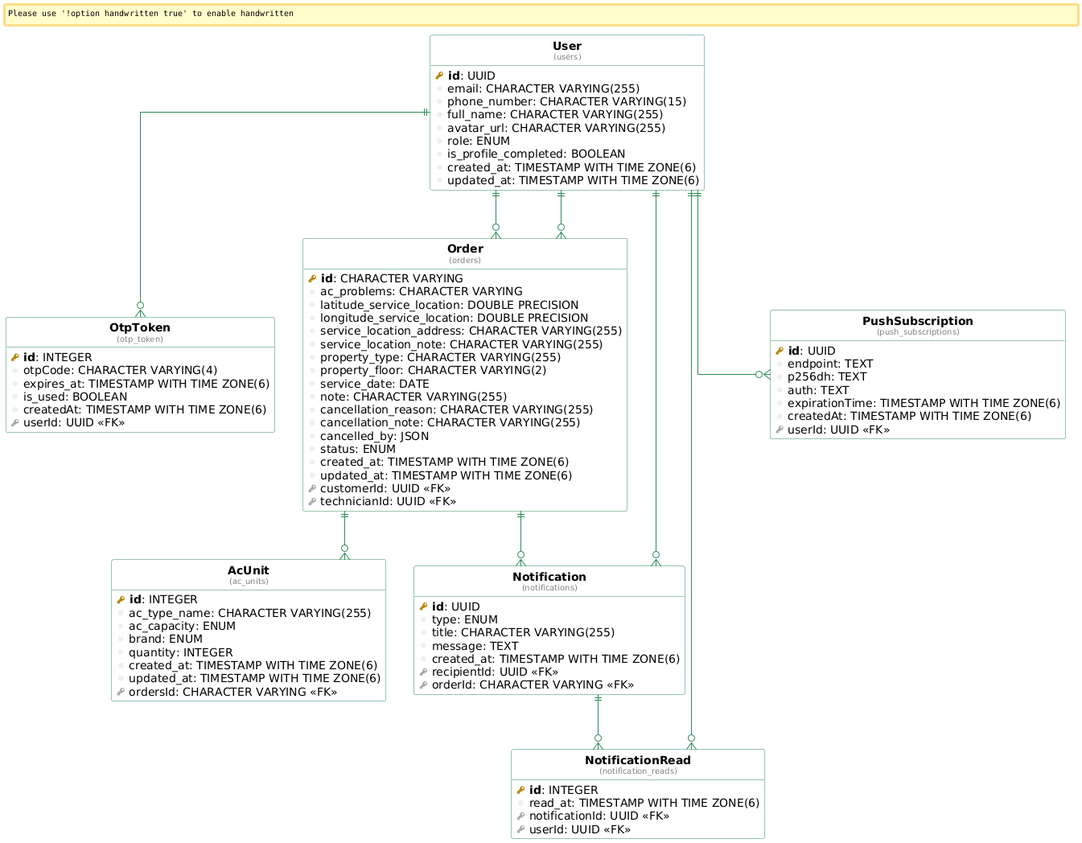
Above: api/diagram.png in FarhanDH/cdingin (PlantUML), before the change.
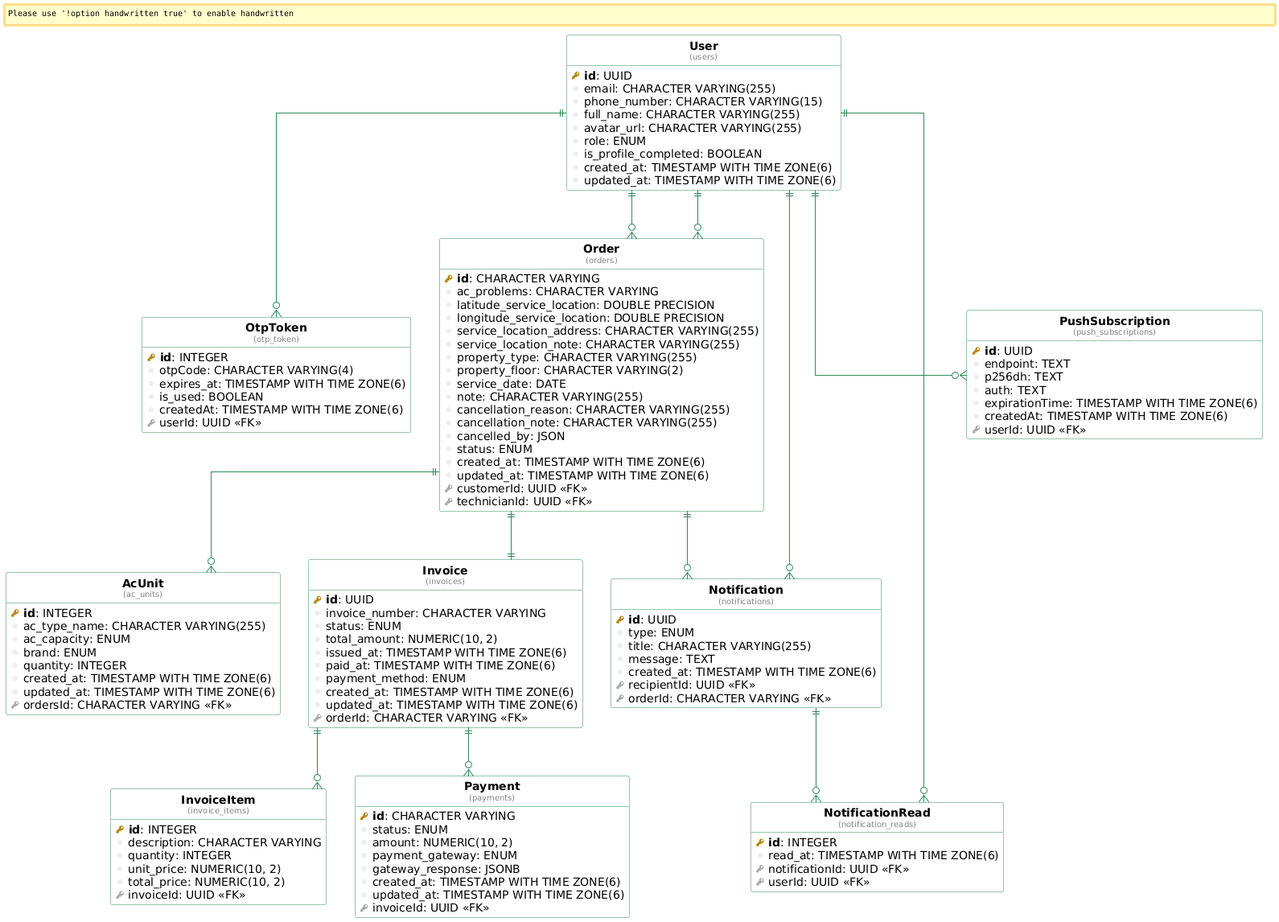
Above is the later version.

The edit, as a diff of the source:
```diff
@@ -41,6 +41,39 @@
   column( created_at ): TIMESTAMP WITH TIME ZONE(6)
   column( updated_at ): TIMESTAMP WITH TIME ZONE(6)
   fkey( ordersId ): CHARACTER VARYING <<FK>>
+}
+
+table( InvoiceItem, invoice_items ) as invoice_items {
+  pkey( id ): INTEGER
+  column( description ): CHARACTER VARYING
+  column( quantity ): INTEGER
+  column( unit_price ): NUMERIC(10, 2)
+  column( total_price ): NUMERIC(10, 2)
+  fkey( invoiceId ): UUID <<FK>>
+}
+
+table( Payment, payments ) as payments {
+  pkey( id ): CHARACTER VARYING
+  column( status ): ENUM
+  column( amount ): NUMERIC(10, 2)
+  column( payment_gateway ): ENUM
+  column( gateway_response ): JSONB
+  column( created_at ): TIMESTAMP WITH TIME ZONE(6)
+  column( updated_at ): TIMESTAMP WITH TIME ZONE(6)
+  fkey( invoiceId ): UUID <<FK>>
+}
+
+table( Invoice, invoices ) as invoices {
+  pkey( id ): UUID
+  column( invoice_number ): CHARACTER VARYING
+  column( status ): ENUM
+  column( total_amount ): NUMERIC(10, 2)
+  column( issued_at ): TIMESTAMP WITH TIME ZONE(6)
+  column( paid_at ): TIMESTAMP WITH TIME ZONE(6)
+  column( payment_method ): ENUM
+  column( created_at ): TIMESTAMP WITH TIME ZONE(6)
+  column( updated_at ): TIMESTAMP WITH TIME ZONE(6)
+  fkey( orderId ): CHARACTER VARYING <<FK>>
 }
 
 table( Order, orders ) as orders {
@@ -105,6 +138,9 @@
 
 "users" ||--o{ "otp_token"
 "orders" ||--o{ "ac_units"
+"invoices" ||--o{ "invoice_items"
+"invoices" ||--o{ "payments"
+"orders" ||--|| "invoices"
 "users" ||--o{ "orders"
 "users" ||--o{ "orders"
 "users" ||--o{ "notifications"
```
